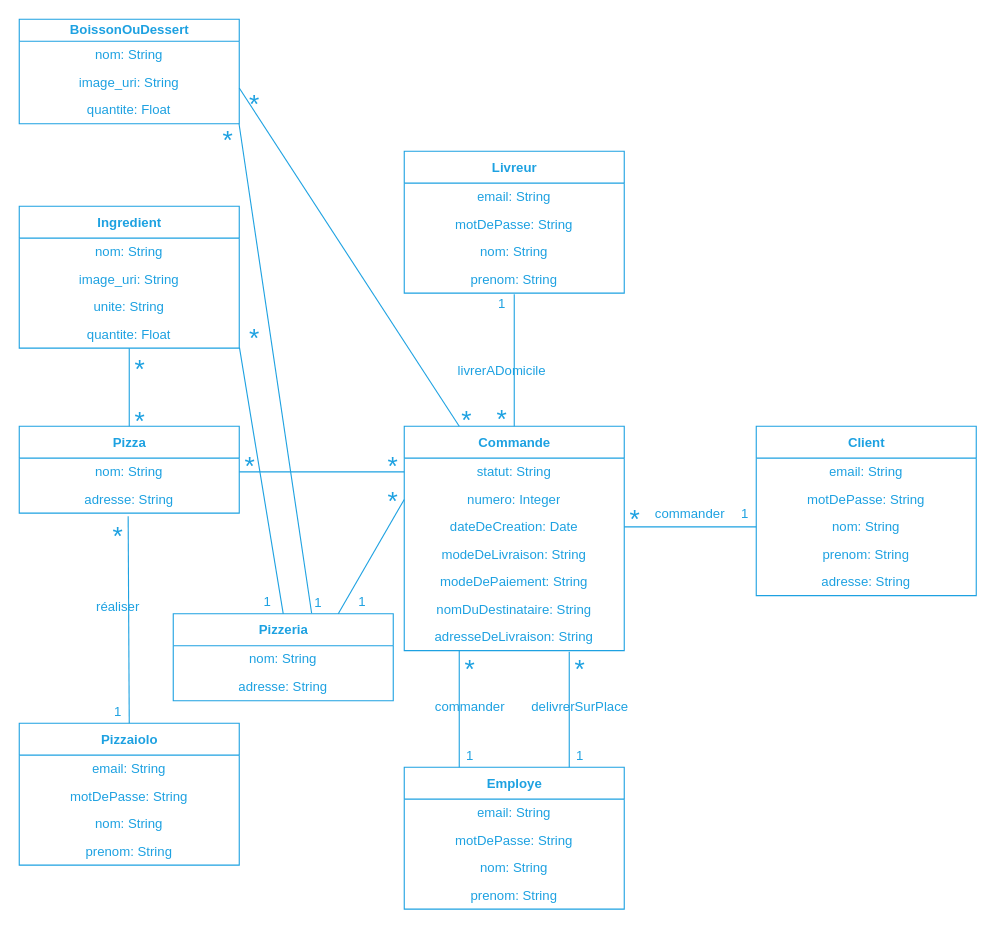
This is img/figure_functional-domain-diagram.dio from centvingt/OCPizzaRedaction, a draw.io file, before an edit. Source tidied: cells renumbered, new cells numbered last; positions are measured from the earlier drawing's top-left corner, leaving out a move shared by most shapes. Both pictures are drawn from the tidied source at 110%, with x=0, y=0 at pixel (19, 19).
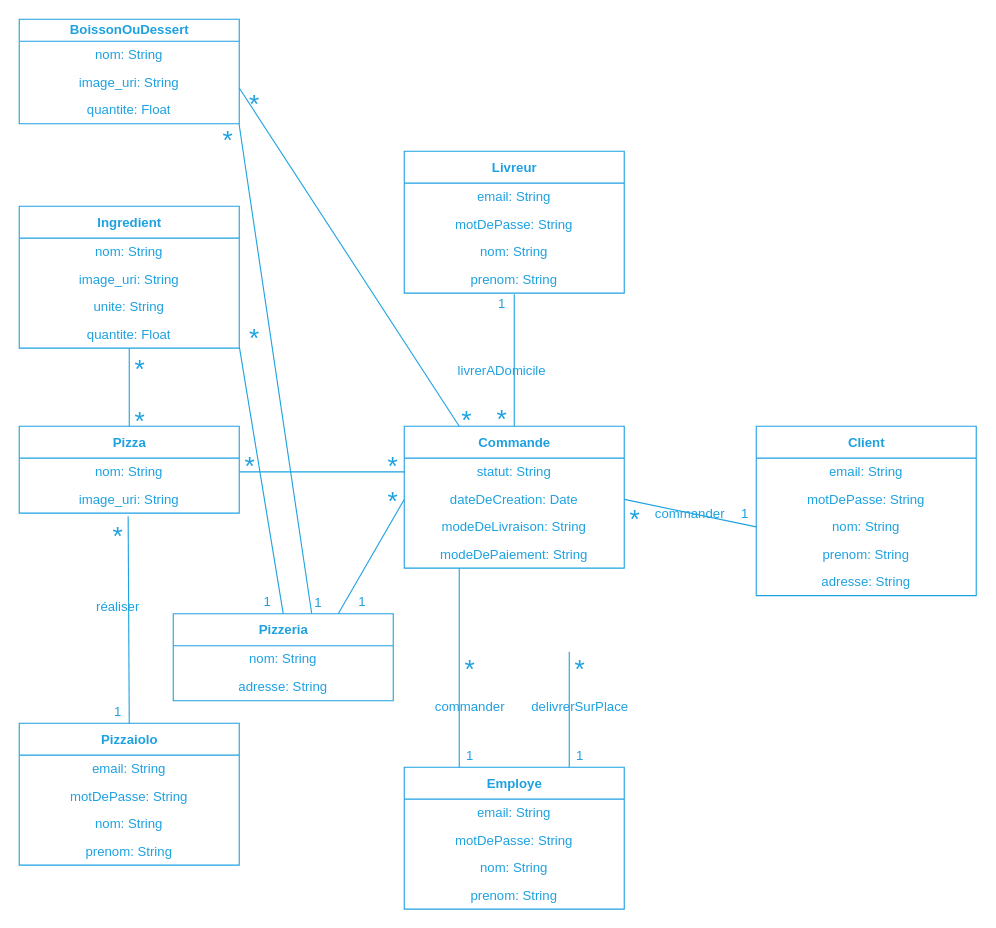
After the change.

Commit message (it also covers changes not shown here):
Modèle physique de données réalisé avec SQL Power Architect Il faudra modifier les diagrammes du domaine fonctionnel et des classes pour les adapter au MPD

The change refers to these unchanged cells:
```xml
<mxCell id="57" value="&lt;font color=&quot;#1da1e1&quot;&gt;Pizza&lt;/font&gt;" style="swimlane;fontStyle=1;align=center;verticalAlign=middle;horizontal=1;startSize=29;html=1;fillColor=none;strokeColor=#1DA1E1;" parent="1" vertex="1">
  <mxGeometry y="370" width="200" height="79" as="geometry" />
</mxCell>
<mxCell id="72" value="&lt;font color=&quot;#1da1e1&quot;&gt;Pizzeria&lt;/font&gt;" style="swimlane;fontStyle=1;align=center;verticalAlign=middle;horizontal=1;startSize=29;html=1;fillColor=none;strokeColor=#1DA1E1;" parent="1" vertex="1">
  <mxGeometry x="140" y="540.5" width="200" height="79" as="geometry" />
</mxCell>
```

The edit, as a diff of the source:
```diff
@@
     <mxCell id="3" value="&lt;font color=&quot;#1da1e1&quot;&gt;Commande&lt;/font&gt;" style="swimlane;fontStyle=1;align=center;verticalAlign=middle;horizontal=1;startSize=29;html=1;fillColor=none;strokeColor=#1DA1E1;" parent="1" vertex="1">
-      <mxGeometry x="350" y="370" width="200" height="204" as="geometry" />
+      <mxGeometry x="350" y="370" width="200" height="129" as="geometry" />
     </mxCell>
@@
-    <mxCell id="5" value="&lt;font color=&quot;#1da1e1&quot;&gt;numero: Integer&lt;/font&gt;" style="text;html=1;strokeColor=none;fillColor=none;align=center;verticalAlign=middle;spacingLeft=4;spacingRight=4;overflow=hidden;points=[[0,0.5],[1,0.5]];portConstraint=eastwest;" parent="3" vertex="1">
-      <mxGeometry y="54" width="200" height="25" as="geometry" />
-    </mxCell>
     <mxCell id="6" value="&lt;font color=&quot;#1da1e1&quot;&gt;dateDeCreation: Date&lt;/font&gt;" style="text;html=1;strokeColor=none;fillColor=none;align=center;verticalAlign=middle;spacingLeft=4;spacingRight=4;overflow=hidden;points=[[0,0.5],[1,0.5]];portConstraint=eastwest;" parent="3" vertex="1">
-      <mxGeometry y="79" width="200" height="25" as="geometry" />
+      <mxGeometry y="54" width="200" height="25" as="geometry" />
     </mxCell>
     <mxCell id="7" value="&lt;font color=&quot;#1da1e1&quot;&gt;modeDeLivraison: String&lt;/font&gt;" style="text;html=1;strokeColor=none;fillColor=none;align=center;verticalAlign=middle;spacingLeft=4;spacingRight=4;overflow=hidden;" parent="3" vertex="1">
-      <mxGeometry y="104" width="200" height="25" as="geometry" />
+      <mxGeometry y="79" width="200" height="25" as="geometry" />
     </mxCell>
     <mxCell id="8" value="&lt;font color=&quot;#1da1e1&quot;&gt;modeDePaiement: String&lt;/font&gt;" style="text;html=1;strokeColor=none;fillColor=none;align=center;verticalAlign=middle;spacingLeft=4;spacingRight=4;overflow=hidden;" parent="3" vertex="1">
-      <mxGeometry y="129" width="200" height="25" as="geometry" />
+      <mxGeometry y="104" width="200" height="25" as="geometry" />
     </mxCell>
-    <mxCell id="9" value="&lt;span style=&quot;color: rgb(29 , 161 , 225)&quot;&gt;nomDuDestinataire: String&lt;/span&gt;" style="text;html=1;strokeColor=none;fillColor=none;align=center;verticalAlign=middle;spacingLeft=4;spacingRight=4;overflow=hidden;" parent="3" vertex="1">
-      <mxGeometry y="154" width="200" height="25" as="geometry" />
-    </mxCell>
-    <mxCell id="10" value="&lt;span style=&quot;color: rgb(29 , 161 , 225)&quot;&gt;adresseDeLivraison: String&lt;/span&gt;" style="text;html=1;strokeColor=none;fillColor=none;align=center;verticalAlign=middle;spacingLeft=4;spacingRight=4;overflow=hidden;" parent="3" vertex="1">
-      <mxGeometry y="179" width="200" height="25" as="geometry" />
-    </mxCell>
@@
-    <mxCell id="59" value="&lt;font color=&quot;#1da1e1&quot;&gt;adresse: String&lt;/font&gt;" style="text;html=1;strokeColor=none;fillColor=none;align=center;verticalAlign=middle;spacingLeft=4;spacingRight=4;overflow=hidden;points=[[0,0.5],[1,0.5]];portConstraint=eastwest;" parent="57" vertex="1">
+    <mxCell id="59" value="&lt;font color=&quot;#1da1e1&quot;&gt;image_uri: String&lt;/font&gt;" style="text;html=1;strokeColor=none;fillColor=none;align=center;verticalAlign=middle;spacingLeft=4;spacingRight=4;overflow=hidden;points=[[0,0.5],[1,0.5]];portConstraint=eastwest;" parent="57" vertex="1">
       <mxGeometry y="54" width="200" height="25" as="geometry" />
     </mxCell>
@@
-    <mxCell id="75" style="edgeStyle=none;rounded=0;jettySize=auto;html=1;exitX=0;exitY=0.5;exitDx=0;exitDy=0;endArrow=none;endFill=0;strokeColor=#1DA1E1;entryX=0.75;entryY=0;entryDx=0;entryDy=0;" parent="1" edge="1" source="5" target="72">
-      <mxGeometry relative="1" as="geometry" />
+    <mxCell id="75" style="edgeStyle=none;rounded=0;jettySize=auto;html=1;exitX=0;exitY=0.5;exitDx=0;exitDy=0;endArrow=none;endFill=0;strokeColor=#1DA1E1;entryX=0.75;entryY=0;entryDx=0;entryDy=0;" parent="1" edge="1" target="72">
+      <mxGeometry relative="1" as="geometry">
+        <mxPoint x="350" y="436.5" as="sourcePoint" />
+      </mxGeometry>
     </mxCell>
```
